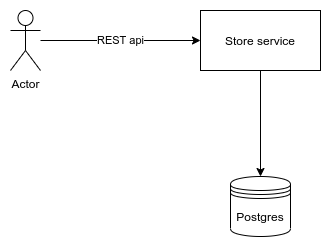
Before: architecture.png, a diagram exported from draw.io (g-arslan/online-service-hse-hw). Source tidied: cells renumbered, new cells last; positions are measured from the earlier drawing's top-left corner, leaving out a move shared by most shapes. Its diagram source:
```xml
<mxGraphModel>
  <root>
    <mxCell id="0" />
    <mxCell id="1" parent="0" />
    <mxCell id="2" value="REST api" style="edgeStyle=orthogonalEdgeStyle;rounded=0;jettySize=auto;html=1;entryX=0;entryY=0.5;entryDx=0;entryDy=0;" parent="1" edge="1" source="3" target="6">
      <mxGeometry relative="1" as="geometry" />
    </mxCell>
    <mxCell id="3" value="Actor" style="shape=umlActor;verticalLabelPosition=bottom;labelBackgroundColor=#ffffff;verticalAlign=top;html=1;outlineConnect=0;" parent="1" vertex="1">
      <mxGeometry width="30" height="60" as="geometry" />
    </mxCell>
    <mxCell id="4" value="Postgres&lt;br&gt;" style="shape=datastore;whiteSpace=wrap;html=1;" parent="1" vertex="1">
      <mxGeometry x="220" y="166" width="60" height="60" as="geometry" />
    </mxCell>
    <mxCell id="5" style="edgeStyle=orthogonalEdgeStyle;rounded=0;jettySize=auto;html=1;entryX=0.5;entryY=0;entryDx=0;entryDy=0;" parent="1" edge="1" source="6" target="4">
      <mxGeometry relative="1" as="geometry" />
    </mxCell>
    <mxCell id="6" value="Store service" style="rounded=0;whiteSpace=wrap;html=1;" parent="1" vertex="1">
      <mxGeometry x="190" width="120" height="60" as="geometry" />
    </mxCell>
  </root>
</mxGraphModel>
```
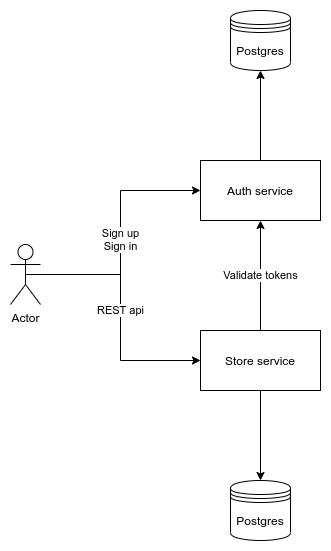
After the change.

The edit, as a diff of the source:
```diff
@@ -2,20 +2,35 @@
   <root>
     <mxCell id="0" />
     <mxCell id="1" parent="0" />
-    <mxCell id="2" value="REST api" style="edgeStyle=orthogonalEdgeStyle;rounded=0;jettySize=auto;html=1;entryX=0;entryY=0.5;entryDx=0;entryDy=0;" parent="1" edge="1" source="3" target="6">
+    <mxCell id="2" value="REST api" style="edgeStyle=orthogonalEdgeStyle;rounded=0;jettySize=auto;html=1;entryX=0;entryY=0.5;entryDx=0;entryDy=0;startArrow=none;startFill=0;exitX=0.5;exitY=0.5;exitDx=0;exitDy=0;exitPerimeter=0;" parent="1" edge="1" source="4" target="8">
       <mxGeometry relative="1" as="geometry" />
     </mxCell>
-    <mxCell id="3" value="Actor" style="shape=umlActor;verticalLabelPosition=bottom;labelBackgroundColor=#ffffff;verticalAlign=top;html=1;outlineConnect=0;" parent="1" vertex="1">
-      <mxGeometry width="30" height="60" as="geometry" />
+    <mxCell id="3" value="Sign up&lt;br&gt;Sign in" style="edgeStyle=orthogonalEdgeStyle;rounded=0;jettySize=auto;html=1;exitX=0.5;exitY=0.5;exitDx=0;exitDy=0;exitPerimeter=0;entryX=0;entryY=0.5;entryDx=0;entryDy=0;startArrow=none;startFill=0;" parent="1" edge="1" source="4" target="10">
+      <mxGeometry relative="1" as="geometry" />
     </mxCell>
-    <mxCell id="4" value="Postgres&lt;br&gt;" style="shape=datastore;whiteSpace=wrap;html=1;" parent="1" vertex="1">
-      <mxGeometry x="220" y="166" width="60" height="60" as="geometry" />
+    <mxCell id="4" value="Actor" style="shape=umlActor;verticalLabelPosition=bottom;labelBackgroundColor=#ffffff;verticalAlign=top;html=1;outlineConnect=0;" parent="1" vertex="1">
+      <mxGeometry x="220" y="166" width="30" height="60" as="geometry" />
     </mxCell>
-    <mxCell id="5" style="edgeStyle=orthogonalEdgeStyle;rounded=0;jettySize=auto;html=1;entryX=0.5;entryY=0;entryDx=0;entryDy=0;" parent="1" edge="1" source="6" target="4">
-      <mxGeometry relative="1" as="geometry" />
+    <mxCell id="5" value="Postgres&lt;br&gt;" style="shape=datastore;whiteSpace=wrap;html=1;" parent="1" vertex="1">
+      <mxGeometry x="440" y="402" width="60" height="60" as="geometry" />
     </mxCell>
-    <mxCell id="6" value="Store service" style="rounded=0;whiteSpace=wrap;html=1;" parent="1" vertex="1">
-      <mxGeometry x="190" width="120" height="60" as="geometry" />
+    <mxCell id="6" style="edgeStyle=orthogonalEdgeStyle;rounded=0;jettySize=auto;html=1;entryX=0.5;entryY=0;entryDx=0;entryDy=0;startArrow=none;startFill=0;" parent="1" edge="1" source="8" target="5">
+      <mxGeometry relative="1" as="geometry" />
     </mxCell>
+    <mxCell id="7" value="Validate tokens" style="edgeStyle=orthogonalEdgeStyle;rounded=0;jettySize=auto;html=1;exitX=0.5;exitY=0;exitDx=0;exitDy=0;entryX=0.5;entryY=1;entryDx=0;entryDy=0;startArrow=none;startFill=0;" parent="1" edge="1" source="8" target="10">
+      <mxGeometry relative="1" as="geometry" />
+    </mxCell>
+    <mxCell id="8" value="Store service" style="rounded=0;whiteSpace=wrap;html=1;" parent="1" vertex="1">
+      <mxGeometry x="410" y="252" width="120" height="60" as="geometry" />
+    </mxCell>
+    <mxCell id="9" style="edgeStyle=orthogonalEdgeStyle;rounded=0;jettySize=auto;html=1;exitX=0.5;exitY=0;exitDx=0;exitDy=0;entryX=0.5;entryY=1;entryDx=0;entryDy=0;startArrow=none;startFill=0;" parent="1" edge="1" source="10" target="11">
+      <mxGeometry relative="1" as="geometry" />
+    </mxCell>
+    <mxCell id="10" value="Auth service" style="rounded=0;whiteSpace=wrap;html=1;" parent="1" vertex="1">
+      <mxGeometry x="410" y="82" width="120" height="60" as="geometry" />
+    </mxCell>
+    <mxCell id="11" value="Postgres" style="shape=datastore;whiteSpace=wrap;html=1;" parent="1" vertex="1">
+      <mxGeometry x="440" y="-68" width="60" height="60" as="geometry" />
+    </mxCell>
   </root>
 </mxGraphModel>
```
